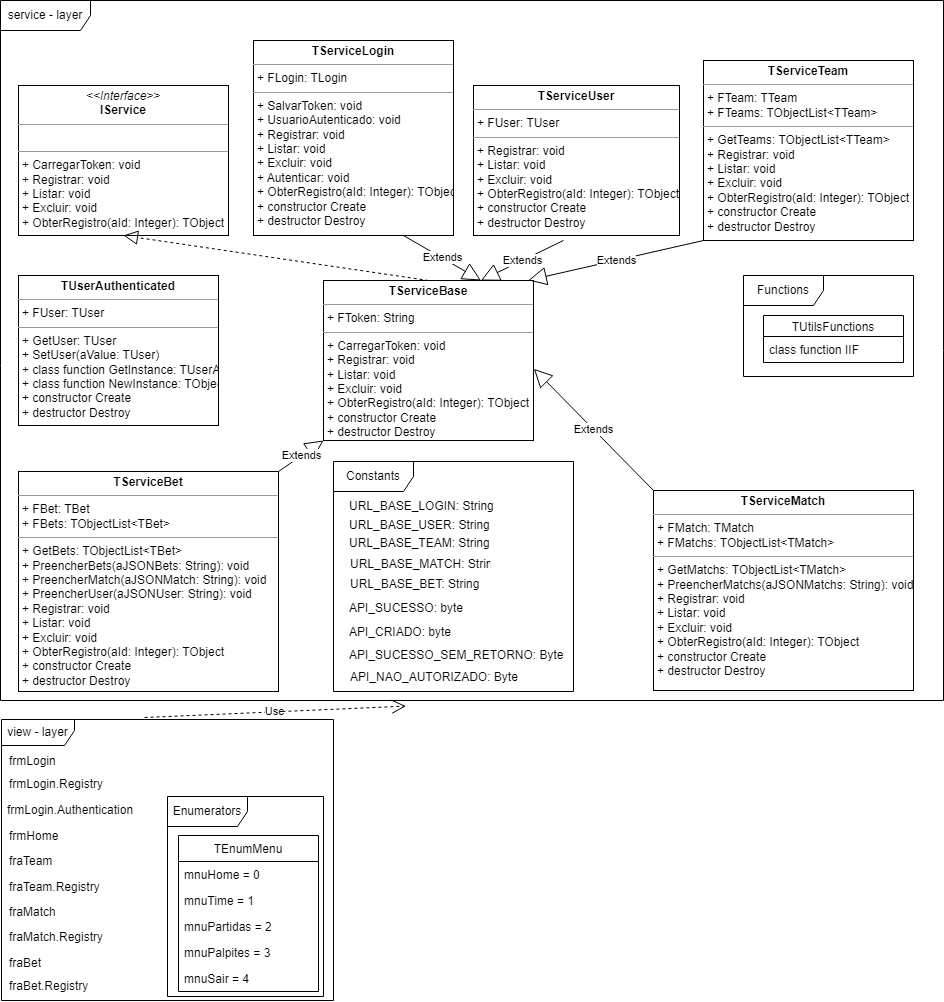
Earlier version of the draw.io export Módulo 09 - Projeto Final/3 - Arquitetura da Aplicação/Diagrama_Classe_FrontEnd.drawio.png (armandocorrea/Devs2Blu2022-Publico). Source tidied: cells renumbered, new cells last; positions are measured from the earlier drawing's top-left corner, leaving out a move shared by most shapes.
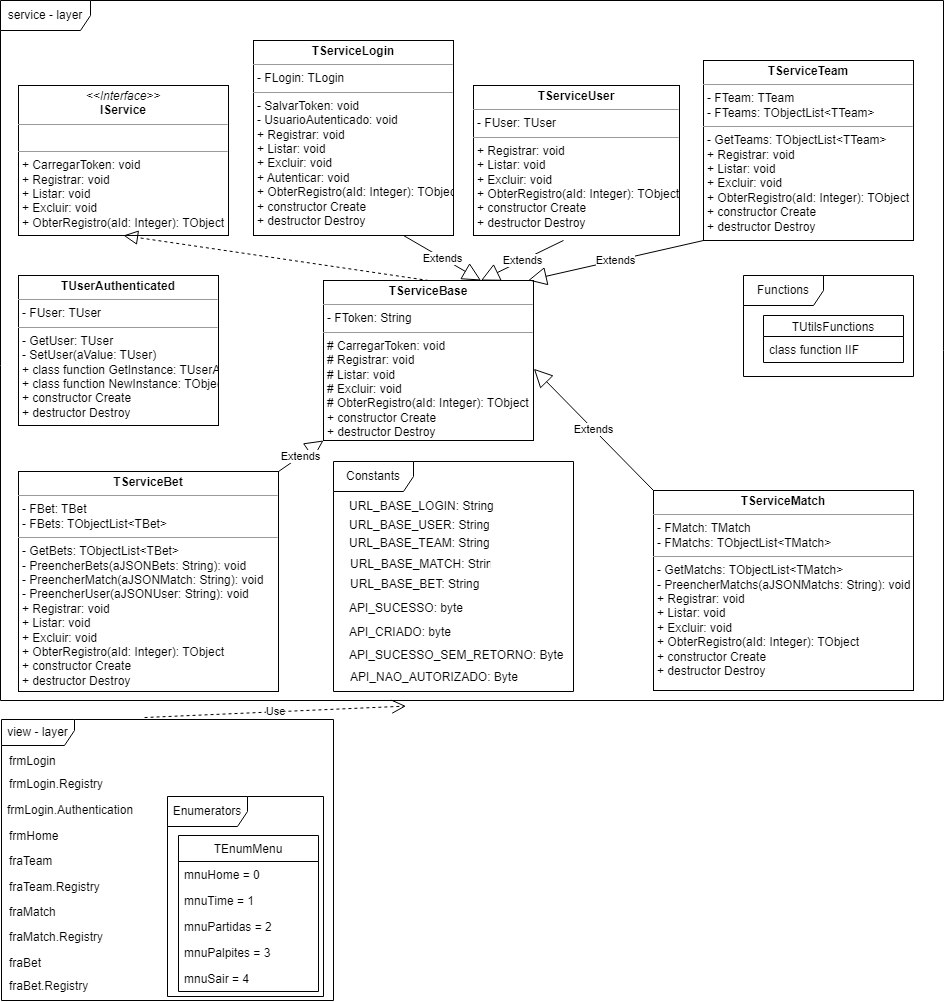
Above is the later version.

Change to the diagram source:
```diff
@@ -8,28 +8,28 @@
     <mxCell id="3" value="&lt;p style=&quot;margin:0px;margin-top:4px;text-align:center;&quot;&gt;&lt;i&gt;&amp;lt;&amp;lt;Interface&amp;gt;&amp;gt;&lt;/i&gt;&lt;br&gt;&lt;b&gt;IService&lt;/b&gt;&lt;/p&gt;&lt;hr size=&quot;1&quot;&gt;&lt;p style=&quot;margin:0px;margin-left:4px;&quot;&gt;&lt;br&gt;&lt;/p&gt;&lt;hr size=&quot;1&quot;&gt;&lt;p style=&quot;margin:0px;margin-left:4px;&quot;&gt;+ CarregarToken: void&lt;br&gt;+ Registrar: void&lt;/p&gt;&lt;p style=&quot;margin:0px;margin-left:4px;&quot;&gt;+ Listar: void&lt;/p&gt;&lt;p style=&quot;margin:0px;margin-left:4px;&quot;&gt;+ Excluir: void&lt;/p&gt;&lt;p style=&quot;margin:0px;margin-left:4px;&quot;&gt;+ ObterRegistro(aId: Integer): TObject&lt;/p&gt;" style="verticalAlign=top;align=left;overflow=fill;fontSize=12;fontFamily=Helvetica;html=1;" parent="1" vertex="1">
       <mxGeometry x="18" y="85" width="210" height="150" as="geometry" />
     </mxCell>
-    <mxCell id="4" value="&lt;p style=&quot;margin:0px;margin-top:4px;text-align:center;&quot;&gt;&lt;b&gt;TServiceBase&lt;/b&gt;&lt;/p&gt;&lt;hr size=&quot;1&quot;&gt;&lt;p style=&quot;margin:0px;margin-left:4px;&quot;&gt;+ FToken: String&lt;/p&gt;&lt;hr size=&quot;1&quot;&gt;&lt;p style=&quot;border-color: var(--border-color); margin: 0px 0px 0px 4px;&quot;&gt;+ CarregarToken: void&lt;/p&gt;&lt;p style=&quot;border-color: var(--border-color); margin: 0px 0px 0px 4px;&quot;&gt;+ Registrar: void&lt;/p&gt;&lt;p style=&quot;border-color: var(--border-color); margin: 0px 0px 0px 4px;&quot;&gt;+ Listar: void&lt;/p&gt;&lt;p style=&quot;border-color: var(--border-color); margin: 0px 0px 0px 4px;&quot;&gt;+ Excluir: void&lt;/p&gt;&lt;p style=&quot;border-color: var(--border-color); margin: 0px 0px 0px 4px;&quot;&gt;+ ObterRegistro(aId: Integer): TObject&lt;br&gt;&lt;/p&gt;&lt;p style=&quot;border-color: var(--border-color); margin: 0px 0px 0px 4px;&quot;&gt;+ constructor Create&lt;/p&gt;&lt;p style=&quot;border-color: var(--border-color); margin: 0px 0px 0px 4px;&quot;&gt;+ destructor Destroy&lt;/p&gt;" style="verticalAlign=top;align=left;overflow=fill;fontSize=12;fontFamily=Helvetica;html=1;" parent="1" vertex="1">
+    <mxCell id="4" value="&lt;p style=&quot;margin:0px;margin-top:4px;text-align:center;&quot;&gt;&lt;b&gt;TServiceBase&lt;/b&gt;&lt;/p&gt;&lt;hr size=&quot;1&quot;&gt;&lt;p style=&quot;margin:0px;margin-left:4px;&quot;&gt;- FToken: String&lt;/p&gt;&lt;hr size=&quot;1&quot;&gt;&lt;p style=&quot;border-color: var(--border-color); margin: 0px 0px 0px 4px;&quot;&gt;# CarregarToken: void&lt;/p&gt;&lt;p style=&quot;border-color: var(--border-color); margin: 0px 0px 0px 4px;&quot;&gt;# Registrar: void&lt;/p&gt;&lt;p style=&quot;border-color: var(--border-color); margin: 0px 0px 0px 4px;&quot;&gt;# Listar: void&lt;/p&gt;&lt;p style=&quot;border-color: var(--border-color); margin: 0px 0px 0px 4px;&quot;&gt;# Excluir: void&lt;/p&gt;&lt;p style=&quot;border-color: var(--border-color); margin: 0px 0px 0px 4px;&quot;&gt;# ObterRegistro(aId: Integer): TObject&lt;br&gt;&lt;/p&gt;&lt;p style=&quot;border-color: var(--border-color); margin: 0px 0px 0px 4px;&quot;&gt;+ constructor Create&lt;/p&gt;&lt;p style=&quot;border-color: var(--border-color); margin: 0px 0px 0px 4px;&quot;&gt;+ destructor Destroy&lt;/p&gt;" style="verticalAlign=top;align=left;overflow=fill;fontSize=12;fontFamily=Helvetica;html=1;" parent="1" vertex="1">
       <mxGeometry x="323" y="280" width="210" height="160" as="geometry" />
     </mxCell>
     <mxCell id="5" style="endArrow=block;dashed=1;endFill=0;endSize=12;html=1;rounded=0;exitX=0.5;exitY=0;exitDx=0;exitDy=0;entryX=0.5;entryY=1;entryDx=0;entryDy=0;" parent="1" edge="1" source="4" target="3">
       <mxGeometry relative="1" as="geometry" />
     </mxCell>
-    <mxCell id="6" value="&lt;p style=&quot;margin:0px;margin-top:4px;text-align:center;&quot;&gt;&lt;b&gt;TServiceUser&lt;/b&gt;&lt;/p&gt;&lt;hr size=&quot;1&quot;&gt;&lt;p style=&quot;margin:0px;margin-left:4px;&quot;&gt;+ FUser: TUser&lt;/p&gt;&lt;hr size=&quot;1&quot;&gt;&lt;p style=&quot;border-color: var(--border-color); margin: 0px 0px 0px 4px;&quot;&gt;+ Registrar: void&lt;/p&gt;&lt;p style=&quot;border-color: var(--border-color); margin: 0px 0px 0px 4px;&quot;&gt;+ Listar: void&lt;/p&gt;&lt;p style=&quot;border-color: var(--border-color); margin: 0px 0px 0px 4px;&quot;&gt;+ Excluir: void&lt;/p&gt;&lt;p style=&quot;border-color: var(--border-color); margin: 0px 0px 0px 4px;&quot;&gt;+ ObterRegistro(aId: Integer): TObject&lt;br&gt;&lt;/p&gt;&lt;p style=&quot;border-color: var(--border-color); margin: 0px 0px 0px 4px;&quot;&gt;+ constructor Create&lt;/p&gt;&lt;p style=&quot;border-color: var(--border-color); margin: 0px 0px 0px 4px;&quot;&gt;+ destructor Destroy&lt;/p&gt;" style="verticalAlign=top;align=left;overflow=fill;fontSize=12;fontFamily=Helvetica;html=1;" parent="1" vertex="1">
+    <mxCell id="6" value="&lt;p style=&quot;margin:0px;margin-top:4px;text-align:center;&quot;&gt;&lt;b&gt;TServiceUser&lt;/b&gt;&lt;/p&gt;&lt;hr size=&quot;1&quot;&gt;&lt;p style=&quot;margin:0px;margin-left:4px;&quot;&gt;- FUser: TUser&lt;/p&gt;&lt;hr size=&quot;1&quot;&gt;&lt;p style=&quot;border-color: var(--border-color); margin: 0px 0px 0px 4px;&quot;&gt;+ Registrar: void&lt;/p&gt;&lt;p style=&quot;border-color: var(--border-color); margin: 0px 0px 0px 4px;&quot;&gt;+ Listar: void&lt;/p&gt;&lt;p style=&quot;border-color: var(--border-color); margin: 0px 0px 0px 4px;&quot;&gt;+ Excluir: void&lt;/p&gt;&lt;p style=&quot;border-color: var(--border-color); margin: 0px 0px 0px 4px;&quot;&gt;+ ObterRegistro(aId: Integer): TObject&lt;br&gt;&lt;/p&gt;&lt;p style=&quot;border-color: var(--border-color); margin: 0px 0px 0px 4px;&quot;&gt;+ constructor Create&lt;/p&gt;&lt;p style=&quot;border-color: var(--border-color); margin: 0px 0px 0px 4px;&quot;&gt;+ destructor Destroy&lt;/p&gt;" style="verticalAlign=top;align=left;overflow=fill;fontSize=12;fontFamily=Helvetica;html=1;" parent="1" vertex="1">
       <mxGeometry x="473" y="85" width="206" height="150" as="geometry" />
     </mxCell>
-    <mxCell id="7" value="&lt;p style=&quot;margin:0px;margin-top:4px;text-align:center;&quot;&gt;&lt;b&gt;TServiceTeam&lt;/b&gt;&lt;/p&gt;&lt;hr size=&quot;1&quot;&gt;&lt;p style=&quot;margin:0px;margin-left:4px;&quot;&gt;+ FTeam: TTeam&lt;/p&gt;&lt;p style=&quot;margin:0px;margin-left:4px;&quot;&gt;+ FTeams: TObjectList&amp;lt;TTeam&amp;gt;&lt;/p&gt;&lt;hr size=&quot;1&quot;&gt;&lt;p style=&quot;border-color: var(--border-color); margin: 0px 0px 0px 4px;&quot;&gt;+ GetTeams: TObjectList&amp;lt;TTeam&amp;gt;&lt;/p&gt;&lt;p style=&quot;border-color: var(--border-color); margin: 0px 0px 0px 4px;&quot;&gt;+ Registrar: void&lt;/p&gt;&lt;p style=&quot;border-color: var(--border-color); margin: 0px 0px 0px 4px;&quot;&gt;+ Listar: void&lt;/p&gt;&lt;p style=&quot;border-color: var(--border-color); margin: 0px 0px 0px 4px;&quot;&gt;+ Excluir: void&lt;/p&gt;&lt;p style=&quot;border-color: var(--border-color); margin: 0px 0px 0px 4px;&quot;&gt;+ ObterRegistro(aId: Integer): TObject&lt;br style=&quot;border-color: var(--border-color);&quot;&gt;&lt;/p&gt;&lt;p style=&quot;border-color: var(--border-color); margin: 0px 0px 0px 4px;&quot;&gt;+ constructor Create&lt;/p&gt;&lt;p style=&quot;border-color: var(--border-color); margin: 0px 0px 0px 4px;&quot;&gt;+ destructor Destroy&lt;/p&gt;" style="verticalAlign=top;align=left;overflow=fill;fontSize=12;fontFamily=Helvetica;html=1;" parent="1" vertex="1">
+    <mxCell id="7" value="&lt;p style=&quot;margin:0px;margin-top:4px;text-align:center;&quot;&gt;&lt;b&gt;TServiceTeam&lt;/b&gt;&lt;/p&gt;&lt;hr size=&quot;1&quot;&gt;&lt;p style=&quot;margin:0px;margin-left:4px;&quot;&gt;- FTeam: TTeam&lt;/p&gt;&lt;p style=&quot;margin:0px;margin-left:4px;&quot;&gt;- FTeams: TObjectList&amp;lt;TTeam&amp;gt;&lt;/p&gt;&lt;hr size=&quot;1&quot;&gt;&lt;p style=&quot;border-color: var(--border-color); margin: 0px 0px 0px 4px;&quot;&gt;- GetTeams: TObjectList&amp;lt;TTeam&amp;gt;&lt;/p&gt;&lt;p style=&quot;border-color: var(--border-color); margin: 0px 0px 0px 4px;&quot;&gt;+ Registrar: void&lt;/p&gt;&lt;p style=&quot;border-color: var(--border-color); margin: 0px 0px 0px 4px;&quot;&gt;+ Listar: void&lt;/p&gt;&lt;p style=&quot;border-color: var(--border-color); margin: 0px 0px 0px 4px;&quot;&gt;+ Excluir: void&lt;/p&gt;&lt;p style=&quot;border-color: var(--border-color); margin: 0px 0px 0px 4px;&quot;&gt;+ ObterRegistro(aId: Integer): TObject&lt;br style=&quot;border-color: var(--border-color);&quot;&gt;&lt;/p&gt;&lt;p style=&quot;border-color: var(--border-color); margin: 0px 0px 0px 4px;&quot;&gt;+ constructor Create&lt;/p&gt;&lt;p style=&quot;border-color: var(--border-color); margin: 0px 0px 0px 4px;&quot;&gt;+ destructor Destroy&lt;/p&gt;" style="verticalAlign=top;align=left;overflow=fill;fontSize=12;fontFamily=Helvetica;html=1;" parent="1" vertex="1">
       <mxGeometry x="703" y="60" width="210" height="180" as="geometry" />
     </mxCell>
-    <mxCell id="8" value="&lt;p style=&quot;margin:0px;margin-top:4px;text-align:center;&quot;&gt;&lt;b&gt;TServiceLogin&lt;/b&gt;&lt;/p&gt;&lt;hr size=&quot;1&quot;&gt;&lt;p style=&quot;margin:0px;margin-left:4px;&quot;&gt;+ FLogin: TLogin&lt;/p&gt;&lt;hr size=&quot;1&quot;&gt;&lt;p style=&quot;border-color: var(--border-color); margin: 0px 0px 0px 4px;&quot;&gt;+ SalvarToken: void&lt;/p&gt;&lt;p style=&quot;border-color: var(--border-color); margin: 0px 0px 0px 4px;&quot;&gt;+ UsuarioAutenticado: void&lt;/p&gt;&lt;p style=&quot;border-color: var(--border-color); margin: 0px 0px 0px 4px;&quot;&gt;+ Registrar: void&lt;/p&gt;&lt;p style=&quot;border-color: var(--border-color); margin: 0px 0px 0px 4px;&quot;&gt;+ Listar: void&lt;/p&gt;&lt;p style=&quot;border-color: var(--border-color); margin: 0px 0px 0px 4px;&quot;&gt;+ Excluir: void&lt;/p&gt;&lt;p style=&quot;border-color: var(--border-color); margin: 0px 0px 0px 4px;&quot;&gt;+ Autenticar: void&lt;/p&gt;&lt;p style=&quot;border-color: var(--border-color); margin: 0px 0px 0px 4px;&quot;&gt;+ ObterRegistro(aId: Integer): TObject&lt;br style=&quot;border-color: var(--border-color);&quot;&gt;&lt;/p&gt;&lt;p style=&quot;border-color: var(--border-color); margin: 0px 0px 0px 4px;&quot;&gt;+ constructor Create&lt;/p&gt;&lt;p style=&quot;border-color: var(--border-color); margin: 0px 0px 0px 4px;&quot;&gt;+ destructor Destroy&lt;/p&gt;" style="verticalAlign=top;align=left;overflow=fill;fontSize=12;fontFamily=Helvetica;html=1;" parent="1" vertex="1">
+    <mxCell id="8" value="&lt;p style=&quot;margin:0px;margin-top:4px;text-align:center;&quot;&gt;&lt;b&gt;TServiceLogin&lt;/b&gt;&lt;/p&gt;&lt;hr size=&quot;1&quot;&gt;&lt;p style=&quot;margin:0px;margin-left:4px;&quot;&gt;- FLogin: TLogin&lt;/p&gt;&lt;hr size=&quot;1&quot;&gt;&lt;p style=&quot;border-color: var(--border-color); margin: 0px 0px 0px 4px;&quot;&gt;- SalvarToken: void&lt;/p&gt;&lt;p style=&quot;border-color: var(--border-color); margin: 0px 0px 0px 4px;&quot;&gt;- UsuarioAutenticado: void&lt;/p&gt;&lt;p style=&quot;border-color: var(--border-color); margin: 0px 0px 0px 4px;&quot;&gt;+ Registrar: void&lt;/p&gt;&lt;p style=&quot;border-color: var(--border-color); margin: 0px 0px 0px 4px;&quot;&gt;+ Listar: void&lt;/p&gt;&lt;p style=&quot;border-color: var(--border-color); margin: 0px 0px 0px 4px;&quot;&gt;+ Excluir: void&lt;/p&gt;&lt;p style=&quot;border-color: var(--border-color); margin: 0px 0px 0px 4px;&quot;&gt;+ Autenticar: void&lt;/p&gt;&lt;p style=&quot;border-color: var(--border-color); margin: 0px 0px 0px 4px;&quot;&gt;+ ObterRegistro(aId: Integer): TObject&lt;br style=&quot;border-color: var(--border-color);&quot;&gt;&lt;/p&gt;&lt;p style=&quot;border-color: var(--border-color); margin: 0px 0px 0px 4px;&quot;&gt;+ constructor Create&lt;/p&gt;&lt;p style=&quot;border-color: var(--border-color); margin: 0px 0px 0px 4px;&quot;&gt;+ destructor Destroy&lt;/p&gt;" style="verticalAlign=top;align=left;overflow=fill;fontSize=12;fontFamily=Helvetica;html=1;" parent="1" vertex="1">
       <mxGeometry x="253" y="40" width="200" height="195" as="geometry" />
     </mxCell>
-    <mxCell id="9" value="&lt;p style=&quot;margin:0px;margin-top:4px;text-align:center;&quot;&gt;&lt;b&gt;TServiceMatch&lt;/b&gt;&lt;/p&gt;&lt;hr size=&quot;1&quot;&gt;&lt;p style=&quot;margin:0px;margin-left:4px;&quot;&gt;+ FMatch: TMatch&lt;/p&gt;&lt;p style=&quot;margin:0px;margin-left:4px;&quot;&gt;+ FMatchs: TObjectList&amp;lt;TMatch&amp;gt;&lt;/p&gt;&lt;hr size=&quot;1&quot;&gt;&lt;p style=&quot;border-color: var(--border-color); margin: 0px 0px 0px 4px;&quot;&gt;+ GetMatchs: TObjectList&amp;lt;TMatch&amp;gt;&lt;/p&gt;&lt;p style=&quot;border-color: var(--border-color); margin: 0px 0px 0px 4px;&quot;&gt;+ PreencherMatchs(aJSONMatchs: String): void&lt;/p&gt;&lt;p style=&quot;border-color: var(--border-color); margin: 0px 0px 0px 4px;&quot;&gt;+ Registrar: void&lt;/p&gt;&lt;p style=&quot;border-color: var(--border-color); margin: 0px 0px 0px 4px;&quot;&gt;+ Listar: void&lt;/p&gt;&lt;p style=&quot;border-color: var(--border-color); margin: 0px 0px 0px 4px;&quot;&gt;+ Excluir: void&lt;/p&gt;&lt;p style=&quot;border-color: var(--border-color); margin: 0px 0px 0px 4px;&quot;&gt;+ ObterRegistro(aId: Integer): TObject&lt;br style=&quot;border-color: var(--border-color);&quot;&gt;&lt;/p&gt;&lt;p style=&quot;border-color: var(--border-color); margin: 0px 0px 0px 4px;&quot;&gt;+ constructor Create&lt;/p&gt;&lt;p style=&quot;border-color: var(--border-color); margin: 0px 0px 0px 4px;&quot;&gt;+ destructor Destroy&lt;/p&gt;" style="verticalAlign=top;align=left;overflow=fill;fontSize=12;fontFamily=Helvetica;html=1;" parent="1" vertex="1">
+    <mxCell id="9" value="&lt;p style=&quot;margin:0px;margin-top:4px;text-align:center;&quot;&gt;&lt;b&gt;TServiceMatch&lt;/b&gt;&lt;/p&gt;&lt;hr size=&quot;1&quot;&gt;&lt;p style=&quot;margin:0px;margin-left:4px;&quot;&gt;- FMatch: TMatch&lt;/p&gt;&lt;p style=&quot;margin:0px;margin-left:4px;&quot;&gt;- FMatchs: TObjectList&amp;lt;TMatch&amp;gt;&lt;/p&gt;&lt;hr size=&quot;1&quot;&gt;&lt;p style=&quot;border-color: var(--border-color); margin: 0px 0px 0px 4px;&quot;&gt;- GetMatchs: TObjectList&amp;lt;TMatch&amp;gt;&lt;/p&gt;&lt;p style=&quot;border-color: var(--border-color); margin: 0px 0px 0px 4px;&quot;&gt;- PreencherMatchs(aJSONMatchs: String): void&lt;/p&gt;&lt;p style=&quot;border-color: var(--border-color); margin: 0px 0px 0px 4px;&quot;&gt;+ Registrar: void&lt;/p&gt;&lt;p style=&quot;border-color: var(--border-color); margin: 0px 0px 0px 4px;&quot;&gt;+ Listar: void&lt;/p&gt;&lt;p style=&quot;border-color: var(--border-color); margin: 0px 0px 0px 4px;&quot;&gt;+ Excluir: void&lt;/p&gt;&lt;p style=&quot;border-color: var(--border-color); margin: 0px 0px 0px 4px;&quot;&gt;+ ObterRegistro(aId: Integer): TObject&lt;br style=&quot;border-color: var(--border-color);&quot;&gt;&lt;/p&gt;&lt;p style=&quot;border-color: var(--border-color); margin: 0px 0px 0px 4px;&quot;&gt;+ constructor Create&lt;/p&gt;&lt;p style=&quot;border-color: var(--border-color); margin: 0px 0px 0px 4px;&quot;&gt;+ destructor Destroy&lt;/p&gt;" style="verticalAlign=top;align=left;overflow=fill;fontSize=12;fontFamily=Helvetica;html=1;" parent="1" vertex="1">
       <mxGeometry x="653" y="490" width="260" height="200" as="geometry" />
     </mxCell>
-    <mxCell id="10" value="&lt;p style=&quot;margin:0px;margin-top:4px;text-align:center;&quot;&gt;&lt;b&gt;TServiceBet&lt;/b&gt;&lt;/p&gt;&lt;hr size=&quot;1&quot;&gt;&lt;p style=&quot;margin:0px;margin-left:4px;&quot;&gt;+ FBet: TBet&lt;/p&gt;&lt;p style=&quot;margin:0px;margin-left:4px;&quot;&gt;+ FBets: TObjectList&amp;lt;TBet&amp;gt;&lt;/p&gt;&lt;hr size=&quot;1&quot;&gt;&lt;p style=&quot;border-color: var(--border-color); margin: 0px 0px 0px 4px;&quot;&gt;+ GetBets: TObjectList&amp;lt;TBet&amp;gt;&lt;/p&gt;&lt;p style=&quot;border-color: var(--border-color); margin: 0px 0px 0px 4px;&quot;&gt;+ PreencherBets(aJSONBets: String): void&lt;/p&gt;&lt;p style=&quot;border-color: var(--border-color); margin: 0px 0px 0px 4px;&quot;&gt;+ PreencherMatch(aJSONMatch: String): void&lt;br&gt;&lt;/p&gt;&lt;p style=&quot;border-color: var(--border-color); margin: 0px 0px 0px 4px;&quot;&gt;+ PreencherUser(aJSONUser: String): void&lt;br&gt;&lt;/p&gt;&lt;p style=&quot;border-color: var(--border-color); margin: 0px 0px 0px 4px;&quot;&gt;+ Registrar: void&lt;/p&gt;&lt;p style=&quot;border-color: var(--border-color); margin: 0px 0px 0px 4px;&quot;&gt;+ Listar: void&lt;/p&gt;&lt;p style=&quot;border-color: var(--border-color); margin: 0px 0px 0px 4px;&quot;&gt;+ Excluir: void&lt;/p&gt;&lt;p style=&quot;border-color: var(--border-color); margin: 0px 0px 0px 4px;&quot;&gt;+ ObterRegistro(aId: Integer): TObject&lt;br style=&quot;border-color: var(--border-color);&quot;&gt;&lt;/p&gt;&lt;p style=&quot;border-color: var(--border-color); margin: 0px 0px 0px 4px;&quot;&gt;+ constructor Create&lt;/p&gt;&lt;p style=&quot;border-color: var(--border-color); margin: 0px 0px 0px 4px;&quot;&gt;+ destructor Destroy&lt;/p&gt;" style="verticalAlign=top;align=left;overflow=fill;fontSize=12;fontFamily=Helvetica;html=1;" parent="1" vertex="1">
+    <mxCell id="10" value="&lt;p style=&quot;margin:0px;margin-top:4px;text-align:center;&quot;&gt;&lt;b&gt;TServiceBet&lt;/b&gt;&lt;/p&gt;&lt;hr size=&quot;1&quot;&gt;&lt;p style=&quot;margin:0px;margin-left:4px;&quot;&gt;- FBet: TBet&lt;/p&gt;&lt;p style=&quot;margin:0px;margin-left:4px;&quot;&gt;- FBets: TObjectList&amp;lt;TBet&amp;gt;&lt;/p&gt;&lt;hr size=&quot;1&quot;&gt;&lt;p style=&quot;border-color: var(--border-color); margin: 0px 0px 0px 4px;&quot;&gt;- GetBets: TObjectList&amp;lt;TBet&amp;gt;&lt;/p&gt;&lt;p style=&quot;border-color: var(--border-color); margin: 0px 0px 0px 4px;&quot;&gt;- PreencherBets(aJSONBets: String): void&lt;/p&gt;&lt;p style=&quot;border-color: var(--border-color); margin: 0px 0px 0px 4px;&quot;&gt;- PreencherMatch(aJSONMatch: String): void&lt;br&gt;&lt;/p&gt;&lt;p style=&quot;border-color: var(--border-color); margin: 0px 0px 0px 4px;&quot;&gt;- PreencherUser(aJSONUser: String): void&lt;br&gt;&lt;/p&gt;&lt;p style=&quot;border-color: var(--border-color); margin: 0px 0px 0px 4px;&quot;&gt;+ Registrar: void&lt;/p&gt;&lt;p style=&quot;border-color: var(--border-color); margin: 0px 0px 0px 4px;&quot;&gt;+ Listar: void&lt;/p&gt;&lt;p style=&quot;border-color: var(--border-color); margin: 0px 0px 0px 4px;&quot;&gt;+ Excluir: void&lt;/p&gt;&lt;p style=&quot;border-color: var(--border-color); margin: 0px 0px 0px 4px;&quot;&gt;+ ObterRegistro(aId: Integer): TObject&lt;br style=&quot;border-color: var(--border-color);&quot;&gt;&lt;/p&gt;&lt;p style=&quot;border-color: var(--border-color); margin: 0px 0px 0px 4px;&quot;&gt;+ constructor Create&lt;/p&gt;&lt;p style=&quot;border-color: var(--border-color); margin: 0px 0px 0px 4px;&quot;&gt;+ destructor Destroy&lt;/p&gt;" style="verticalAlign=top;align=left;overflow=fill;fontSize=12;fontFamily=Helvetica;html=1;" parent="1" vertex="1">
       <mxGeometry x="18" y="471" width="260" height="220" as="geometry" />
     </mxCell>
-    <mxCell id="11" value="&lt;p style=&quot;margin:0px;margin-top:4px;text-align:center;&quot;&gt;&lt;b&gt;TUserAuthenticated&lt;/b&gt;&lt;/p&gt;&lt;hr size=&quot;1&quot;&gt;&lt;p style=&quot;margin:0px;margin-left:4px;&quot;&gt;+ FUser: TUser&lt;/p&gt;&lt;hr size=&quot;1&quot;&gt;&lt;p style=&quot;border-color: var(--border-color); margin: 0px 0px 0px 4px;&quot;&gt;+ GetUser: TUser&lt;/p&gt;&lt;p style=&quot;border-color: var(--border-color); margin: 0px 0px 0px 4px;&quot;&gt;+ SetUser(aValue: TUser)&lt;/p&gt;&lt;p style=&quot;border-color: var(--border-color); margin: 0px 0px 0px 4px;&quot;&gt;+ class function GetInstance: TUserAuthenticated&lt;/p&gt;&lt;p style=&quot;border-color: var(--border-color); margin: 0px 0px 0px 4px;&quot;&gt;+ class function NewInstance: TObject&lt;/p&gt;&lt;p style=&quot;border-color: var(--border-color); margin: 0px 0px 0px 4px;&quot;&gt;+ constructor Create&lt;/p&gt;&lt;p style=&quot;border-color: var(--border-color); margin: 0px 0px 0px 4px;&quot;&gt;+ destructor Destroy&lt;/p&gt;" style="verticalAlign=top;align=left;overflow=fill;fontSize=12;fontFamily=Helvetica;html=1;" parent="1" vertex="1">
+    <mxCell id="11" value="&lt;p style=&quot;margin:0px;margin-top:4px;text-align:center;&quot;&gt;&lt;b&gt;TUserAuthenticated&lt;/b&gt;&lt;/p&gt;&lt;hr size=&quot;1&quot;&gt;&lt;p style=&quot;margin:0px;margin-left:4px;&quot;&gt;- FUser: TUser&lt;/p&gt;&lt;hr size=&quot;1&quot;&gt;&lt;p style=&quot;border-color: var(--border-color); margin: 0px 0px 0px 4px;&quot;&gt;- GetUser: TUser&lt;/p&gt;&lt;p style=&quot;border-color: var(--border-color); margin: 0px 0px 0px 4px;&quot;&gt;- SetUser(aValue: TUser)&lt;/p&gt;&lt;p style=&quot;border-color: var(--border-color); margin: 0px 0px 0px 4px;&quot;&gt;+ class function GetInstance: TUserAuthenticated&lt;/p&gt;&lt;p style=&quot;border-color: var(--border-color); margin: 0px 0px 0px 4px;&quot;&gt;+ class function NewInstance: TObject&lt;/p&gt;&lt;p style=&quot;border-color: var(--border-color); margin: 0px 0px 0px 4px;&quot;&gt;+ constructor Create&lt;/p&gt;&lt;p style=&quot;border-color: var(--border-color); margin: 0px 0px 0px 4px;&quot;&gt;+ destructor Destroy&lt;/p&gt;" style="verticalAlign=top;align=left;overflow=fill;fontSize=12;fontFamily=Helvetica;html=1;" parent="1" vertex="1">
       <mxGeometry x="18" y="275" width="200" height="150" as="geometry" />
     </mxCell>
     <mxCell id="12" value="Extends" style="endArrow=block;endSize=16;endFill=0;html=1;rounded=0;exitX=0.75;exitY=1;exitDx=0;exitDy=0;entryX=0.75;entryY=0;entryDx=0;entryDy=0;" parent="1" edge="1" source="8" target="4">
```
